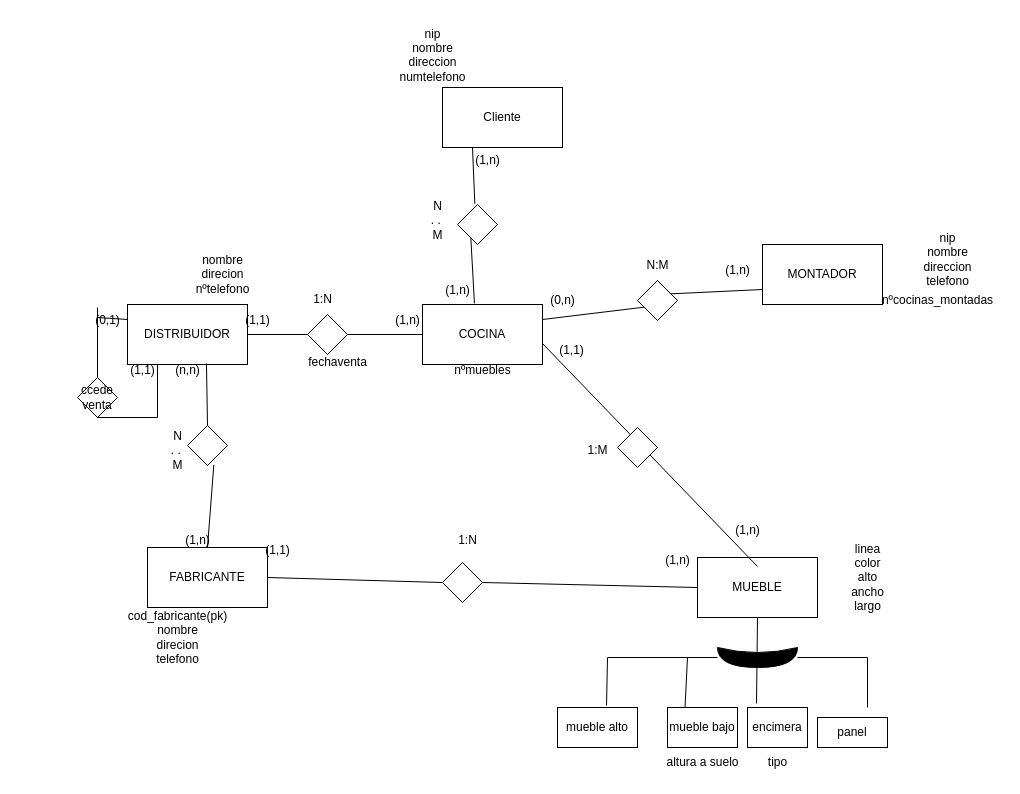
Above: 2.21.drawio in rubensp2811/BBDD (draw.io), before the change. Source tidied: cells renumbered, new cells numbered last; positions are measured from the earlier drawing's top-left corner, leaving out a move shared by most shapes. Both pictures are drawn from the tidied source at 100%, with x=0, y=0 at pixel (77, 17).
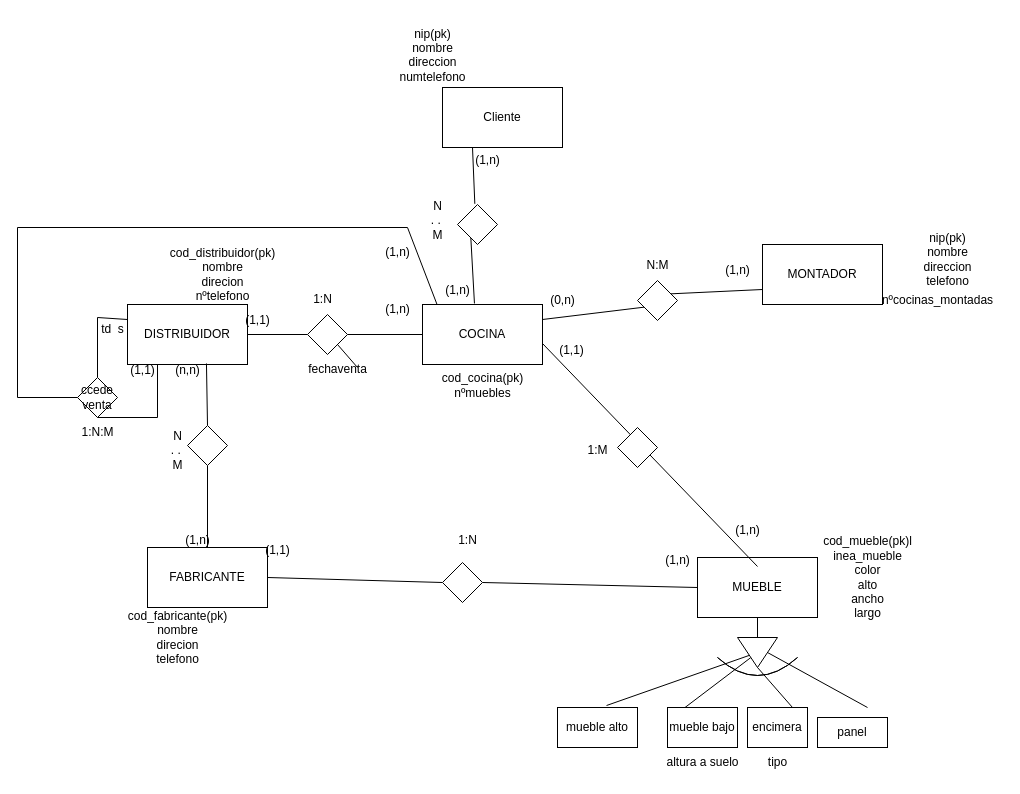
Above is the later version.

Unchanged cells that the change refers to:
```xml
<mxCell id="4" value="COCINA" style="whiteSpace=wrap;html=1;" parent="1" vertex="1">
  <mxGeometry x="345" y="287" width="120" height="60" as="geometry" />
</mxCell>
<mxCell id="8" value="FABRICANTE" style="whiteSpace=wrap;html=1;" parent="1" vertex="1">
  <mxGeometry x="70" y="530" width="120" height="60" as="geometry" />
</mxCell>
<mxCell id="9" value="MUEBLE" style="whiteSpace=wrap;html=1;" parent="1" vertex="1">
  <mxGeometry x="620" y="540" width="120" height="60" as="geometry" />
</mxCell>
<mxCell id="14" value="mueble alto" style="whiteSpace=wrap;html=1;" parent="1" vertex="1">
  <mxGeometry x="480" y="690" width="80" height="40" as="geometry" />
</mxCell>
<mxCell id="15" value="mueble bajo" style="whiteSpace=wrap;html=1;" parent="1" vertex="1">
  <mxGeometry x="590" y="690" width="70" height="40" as="geometry" />
</mxCell>
<mxCell id="16" value="encimera" style="whiteSpace=wrap;html=1;" parent="1" vertex="1">
  <mxGeometry x="670" y="690" width="60" height="40" as="geometry" />
</mxCell>
<mxCell id="37" style="rhombus;whiteSpace=wrap;html=1;" parent="1" vertex="1">
  <mxGeometry x="230" y="297" width="40" height="40" as="geometry" />
</mxCell>
<mxCell id="42" value="ccede venta" style="rhombus;whiteSpace=wrap;html=1;" parent="1" vertex="1">
  <mxGeometry y="360" width="40" height="40" as="geometry" />
</mxCell>
<mxCell id="68" style="rhombus;whiteSpace=wrap;html=1;" parent="1" vertex="1">
  <mxGeometry x="110" y="408" width="40" height="40" as="geometry" />
</mxCell>
```

Change to the diagram source:
```diff
@@
-    <mxCell id="3" value="nip&lt;div&gt;nombre&lt;/div&gt;&lt;div&gt;direccion&lt;br&gt;&lt;div&gt;numtelefono&lt;/div&gt;&lt;div&gt;&lt;br&gt;&lt;/div&gt;&lt;/div&gt;" style="text;html=1;align=center;verticalAlign=middle;strokeColor=none;fillColor=none;" parent="1" vertex="1">
+    <mxCell id="3" value="nip(pk)&lt;div&gt;nombre&lt;/div&gt;&lt;div&gt;direccion&lt;br&gt;&lt;div&gt;numtelefono&lt;/div&gt;&lt;div&gt;&lt;br&gt;&lt;/div&gt;&lt;/div&gt;" style="text;html=1;align=center;verticalAlign=middle;strokeColor=none;fillColor=none;" parent="1" vertex="1">
       <mxGeometry x="310" width="90" height="90" as="geometry" />
     </mxCell>
@@
-    <mxCell id="6" value="nip&lt;div&gt;nombre&lt;/div&gt;&lt;div&gt;direccion&lt;/div&gt;&lt;div&gt;telefono&lt;/div&gt;" style="text;html=1;align=center;verticalAlign=middle;strokeColor=none;fillColor=none;" parent="1" vertex="1">
+    <mxCell id="6" value="nip(pk)&lt;div&gt;nombre&lt;/div&gt;&lt;div&gt;direccion&lt;/div&gt;&lt;div&gt;telefono&lt;/div&gt;" style="text;html=1;align=center;verticalAlign=middle;strokeColor=none;fillColor=none;" parent="1" vertex="1">
       <mxGeometry x="835" y="207" width="70" height="70" as="geometry" />
     </mxCell>
@@
-    <mxCell id="13" value="linea&lt;div&gt;color&lt;/div&gt;&lt;div&gt;alto&lt;/div&gt;&lt;div&gt;ancho&lt;/div&gt;&lt;div&gt;largo&lt;/div&gt;" style="text;html=1;align=center;verticalAlign=middle;strokeColor=none;fillColor=none;" parent="1" vertex="1">
-      <mxGeometry x="760" y="515" width="60" height="90" as="geometry" />
+    <mxCell id="13" value="cod_mueble(pk)l&lt;br&gt;inea_mueble&lt;div&gt;color&lt;/div&gt;&lt;div&gt;alto&lt;/div&gt;&lt;div&gt;ancho&lt;/div&gt;&lt;div&gt;largo&lt;/div&gt;" style="text;html=1;align=center;verticalAlign=middle;strokeColor=none;fillColor=none;" parent="1" vertex="1">
+      <mxGeometry x="735" y="510" width="110" height="100" as="geometry" />
     </mxCell>
@@
-    <mxCell id="23" value="nombre&lt;div&gt;direcion&lt;/div&gt;&lt;div&gt;nºtelefono&lt;/div&gt;" style="text;html=1;align=center;verticalAlign=middle;strokeColor=none;fillColor=none;" parent="1" vertex="1">
-      <mxGeometry x="105" y="227" width="80" height="60" as="geometry" />
+    <mxCell id="23" value="&lt;div&gt;cod_distribuidor(pk)&lt;/div&gt;nombre&lt;div&gt;direcion&lt;/div&gt;&lt;div&gt;nºtelefono&lt;/div&gt;" style="text;html=1;align=center;verticalAlign=middle;strokeColor=none;fillColor=none;" parent="1" vertex="1">
+      <mxGeometry x="80" y="222" width="130" height="70" as="geometry" />
     </mxCell>
@@
-    <mxCell id="27" value="nºmuebles" style="text;html=1;align=center;verticalAlign=middle;strokeColor=none;fillColor=none;" parent="1" vertex="1">
-      <mxGeometry x="365" y="338" width="80" height="30" as="geometry" />
+    <mxCell id="27" value="cod_cocina(pk)&lt;div&gt;nºmuebles&lt;/div&gt;" style="text;html=1;align=center;verticalAlign=middle;strokeColor=none;fillColor=none;" parent="1" vertex="1">
+      <mxGeometry x="355" y="348" width="100" height="40" as="geometry" />
     </mxCell>
-    <mxCell id="28" style="endArrow=none;html=1;rounded=0;entryX=0.5;entryY=1;entryDx=0;entryDy=0;exitX=0.15;exitY=-0.1;exitDx=0;exitDy=0;exitPerimeter=0;" parent="1" edge="1" source="16" target="9">
+    <mxCell id="28" style="endArrow=none;html=1;rounded=0;entryX=0.5;entryY=1;entryDx=0;entryDy=0;exitX=0;exitY=0.5;exitDx=0;exitDy=0;" parent="1" edge="1" source="73" target="9">
       <mxGeometry relative="1" as="geometry" />
     </mxCell>
-    <mxCell id="29" style="endArrow=none;html=1;rounded=0;" parent="1" edge="1" source="54">
-      <mxGeometry relative="1" as="geometry">
-        <mxPoint x="530" y="640" as="targetPoint" />
-      </mxGeometry>
-    </mxCell>
-    <mxCell id="30" style="endArrow=none;html=1;rounded=0;" parent="1" edge="1">
+    <mxCell id="30" style="endArrow=none;html=1;rounded=0;exitX=0.5;exitY=0;exitDx=0;exitDy=0;" parent="1" edge="1" source="73">
       <mxGeometry relative="1" as="geometry">
-        <mxPoint x="790" y="640" as="sourcePoint" />
         <mxPoint x="790" y="690" as="targetPoint" />
       </mxGeometry>
     </mxCell>
-    <mxCell id="31" style="endArrow=none;html=1;rounded=0;entryX=0.25;entryY=0;entryDx=0;entryDy=0;" parent="1" edge="1" target="15">
-      <mxGeometry relative="1" as="geometry">
-        <mxPoint x="610" y="640" as="sourcePoint" />
-      </mxGeometry>
+    <mxCell id="31" style="endArrow=none;html=1;rounded=0;entryX=0.25;entryY=0;entryDx=0;entryDy=0;" parent="1" edge="1" source="73" target="15">
+      <mxGeometry relative="1" as="geometry" />
     </mxCell>
-    <mxCell id="32" style="endArrow=none;html=1;rounded=0;entryX=0.613;entryY=-0.05;entryDx=0;entryDy=0;entryPerimeter=0;" parent="1" edge="1" target="14">
-      <mxGeometry relative="1" as="geometry">
-        <mxPoint x="530" y="640" as="sourcePoint" />
-      </mxGeometry>
+    <mxCell id="32" style="endArrow=none;html=1;rounded=0;entryX=0.613;entryY=-0.05;entryDx=0;entryDy=0;entryPerimeter=0;" parent="1" edge="1" source="73" target="14">
+      <mxGeometry relative="1" as="geometry" />
     </mxCell>
@@
     <mxCell id="35" value="(1,n)" style="text;html=1;align=center;verticalAlign=middle;strokeColor=none;fillColor=none;" parent="1" vertex="1">
-      <mxGeometry x="305" y="288" width="50" height="30" as="geometry" />
+      <mxGeometry x="295" y="277" width="50" height="30" as="geometry" />
     </mxCell>
@@
     <mxCell id="38" value="fechaventa" style="text;html=1;align=center;verticalAlign=middle;strokeColor=none;fillColor=none;" parent="1" vertex="1">
-      <mxGeometry x="220" y="330" width="80" height="30" as="geometry" />
+      <mxGeometry x="220" y="337" width="80" height="30" as="geometry" />
     </mxCell>
@@
     <mxCell id="41" style="endArrow=none;html=1;rounded=0;" parent="1" edge="1">
       <mxGeometry relative="1" as="geometry">
         <mxPoint x="20" y="360" as="sourcePoint" />
-        <mxPoint x="20" y="290" as="targetPoint" />
+        <mxPoint x="20" y="300" as="targetPoint" />
       </mxGeometry>
     </mxCell>
@@
-    <mxCell id="44" value="(0,1)" style="text;html=1;align=center;verticalAlign=middle;strokeColor=none;fillColor=none;" parent="1" vertex="1">
-      <mxGeometry x="5" y="288" width="50" height="30" as="geometry" />
+    <mxCell id="44" value="td&amp;nbsp; s" style="text;html=1;align=center;verticalAlign=middle;strokeColor=none;fillColor=none;" parent="1" vertex="1">
+      <mxGeometry x="10" y="297" width="50" height="30" as="geometry" />
     </mxCell>
@@
-    <mxCell id="53" style="endArrow=none;html=1;rounded=0;" parent="1" edge="1" target="54">
-      <mxGeometry relative="1" as="geometry">
-        <mxPoint x="790" y="640" as="sourcePoint" />
-      </mxGeometry>
-    </mxCell>
-    <mxCell id="54" style="shape=xor;whiteSpace=wrap;html=1;direction=south;fillColor=#000000;" parent="1" vertex="1">
-      <mxGeometry x="640" y="630" width="80" height="20" as="geometry" />
-    </mxCell>
@@
-    <mxCell id="67" style="endArrow=none;html=1;rounded=0;exitX=0.5;exitY=0;exitDx=0;exitDy=0;entryX=0.658;entryY=0.983;entryDx=0;entryDy=0;entryPerimeter=0;" parent="1" edge="1" source="8" target="68">
+    <mxCell id="67" style="endArrow=none;html=1;rounded=0;exitX=0.5;exitY=0;exitDx=0;exitDy=0;entryX=0.5;entryY=1;entryDx=0;entryDy=0;" parent="1" edge="1" source="8" target="68">
       <mxGeometry relative="1" as="geometry" />
     </mxCell>
@@
+    <mxCell id="71" style="endArrow=none;html=1;rounded=0;entryX=1;entryY=0.5;entryDx=0;entryDy=0;exitX=0.75;exitY=0;exitDx=0;exitDy=0;" parent="1" edge="1" source="16" target="73">
+      <mxGeometry relative="1" as="geometry" />
+    </mxCell>
+    <mxCell id="72" style="shape=dataStorage;whiteSpace=wrap;html=1;fixedSize=1;direction=north;" parent="1" vertex="1">
+      <mxGeometry x="640" y="640" width="80" height="18" as="geometry" />
+    </mxCell>
+    <mxCell id="73" style="triangle;whiteSpace=wrap;html=1;direction=south;" parent="1" vertex="1">
+      <mxGeometry x="660" y="620" width="40" height="30" as="geometry" />
+    </mxCell>
+    <mxCell id="74" style="endArrow=none;html=1;rounded=0;entryX=0;entryY=0.5;entryDx=0;entryDy=0;" parent="1" edge="1" target="42">
+      <mxGeometry relative="1" as="geometry">
+        <mxPoint x="-60" y="380" as="sourcePoint" />
+      </mxGeometry>
+    </mxCell>
+    <mxCell id="75" style="endArrow=none;html=1;rounded=0;" parent="1" edge="1">
+      <mxGeometry relative="1" as="geometry">
+        <mxPoint x="-60" y="380" as="sourcePoint" />
+        <mxPoint x="-60" y="210" as="targetPoint" />
+      </mxGeometry>
+    </mxCell>
+    <mxCell id="76" style="endArrow=none;html=1;rounded=0;" parent="1" edge="1">
+      <mxGeometry relative="1" as="geometry">
+        <mxPoint x="-60" y="210" as="sourcePoint" />
+        <mxPoint x="330" y="210" as="targetPoint" />
+      </mxGeometry>
+    </mxCell>
+    <mxCell id="77" style="endArrow=none;html=1;rounded=0;exitX=0.122;exitY=0.004;exitDx=0;exitDy=0;exitPerimeter=0;" parent="1" edge="1" source="4">
+      <mxGeometry relative="1" as="geometry">
+        <mxPoint x="330" y="210" as="targetPoint" />
+      </mxGeometry>
+    </mxCell>
+    <mxCell id="78" value="(1,n)" style="text;html=1;align=center;verticalAlign=middle;strokeColor=none;fillColor=none;" parent="1" vertex="1">
+      <mxGeometry x="295" y="220" width="50" height="30" as="geometry" />
+    </mxCell>
+    <mxCell id="79" value="1:N:M" style="text;html=1;align=center;verticalAlign=middle;strokeColor=none;fillColor=none;" parent="1" vertex="1">
+      <mxGeometry x="-10" y="400" width="60" height="30" as="geometry" />
+    </mxCell>
+    <mxCell id="80" style="endArrow=none;html=1;rounded=0;entryX=1;entryY=1;entryDx=0;entryDy=0;" parent="1" edge="1" target="37">
+      <mxGeometry relative="1" as="geometry">
+        <mxPoint x="280" y="350" as="sourcePoint" />
+      </mxGeometry>
+    </mxCell>
```
